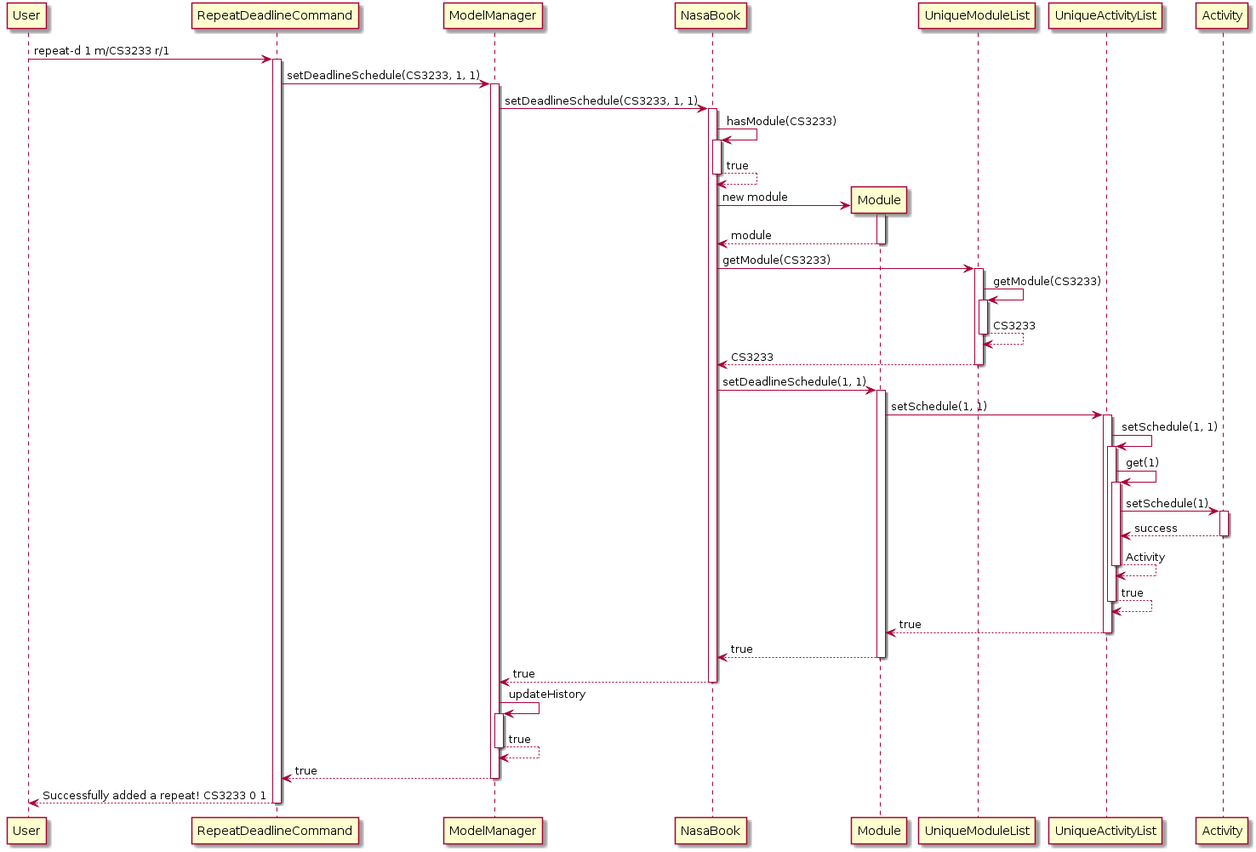
nus-cs2103-AY1920S2/addressbook-level3 keeps this PlantUML diagram as docs/images/sequenceDiagramAutomationV2.png. Above is the earlier version. The source it was exported from:
```plantuml
@startuml
autoactivate on

User -> RepeatDeadlineCommand : repeat-d 1 m/CS3233 r/1

RepeatDeadlineCommand -> ModelManager : setDeadlineSchedule(CS3233, 1, 1)

ModelManager ->  NasaBook: setDeadlineSchedule(CS3233, 1, 1)

NasaBook -> NasaBook: hasModule(CS3233)

return true

create Module
NasaBook -> Module : new module
return module

NasaBook -> UniqueModuleList : getModule(CS3233)

UniqueModuleList -> UniqueModuleList : getModule(CS3233)

return CS3233

return CS3233

NasaBook -> Module : setDeadlineSchedule(1, 1)

Module -> UniqueActivityList : setSchedule(1, 1)

UniqueActivityList -> UniqueActivityList : setSchedule(1, 1)

UniqueActivityList -> UniqueActivityList : get(1)

UniqueActivityList -> Activity: setSchedule(1)

return success

return Activity
return true
return true
return true
return true
ModelManager -> ModelManager : updateHistory

return true
return true
return Successfully added a repeat! CS3233 0 1
@enduml
```
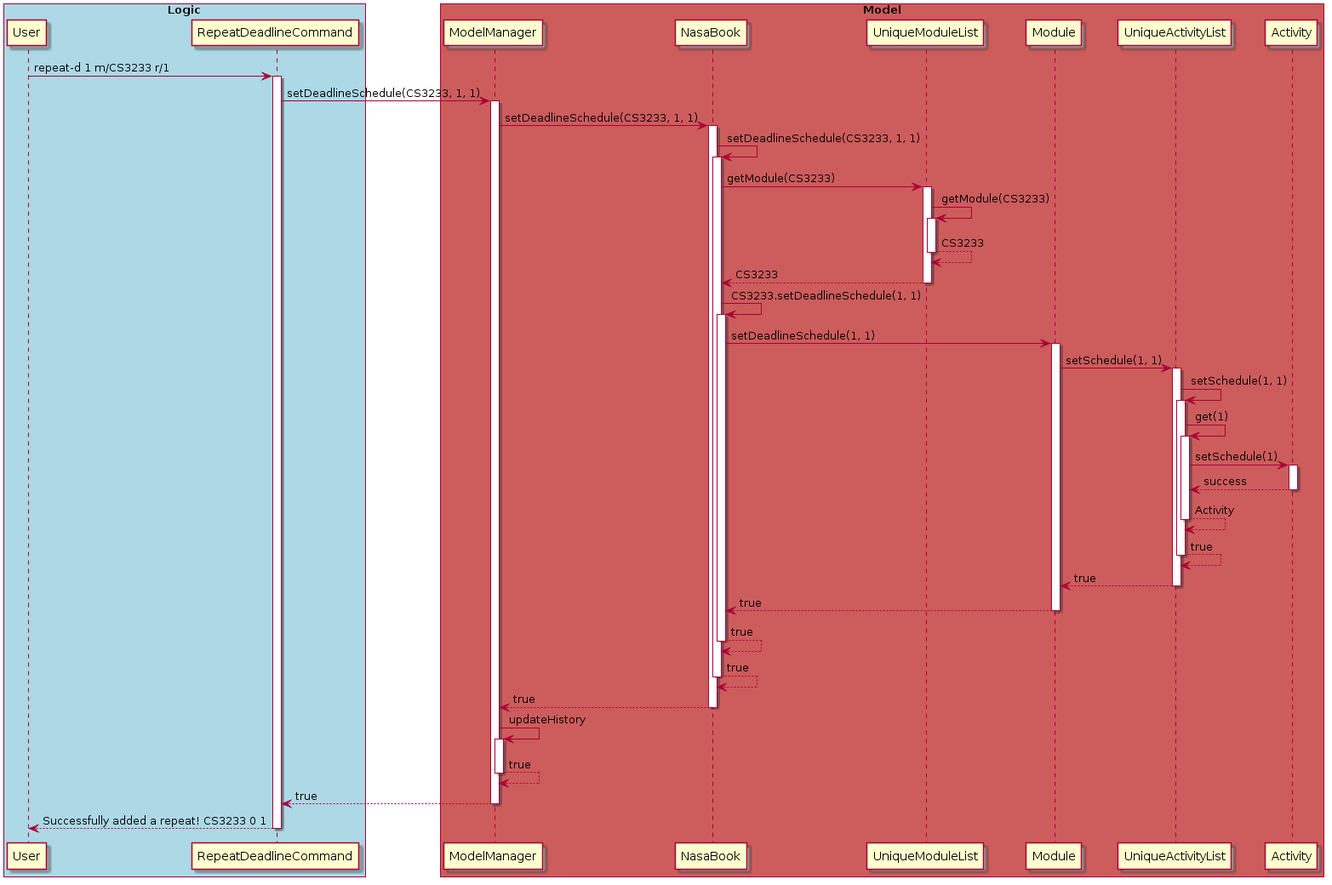
After the commit.

Diff of the diagram source:
```diff
@@ -1,19 +1,16 @@
 @startuml
 autoactivate on
+box "Logic" #LightBlue
 
 User -> RepeatDeadlineCommand : repeat-d 1 m/CS3233 r/1
+end box
+box "Model" #IndianRed
 
 RepeatDeadlineCommand -> ModelManager : setDeadlineSchedule(CS3233, 1, 1)
 
 ModelManager ->  NasaBook: setDeadlineSchedule(CS3233, 1, 1)
 
-NasaBook -> NasaBook: hasModule(CS3233)
-
-return true
-
-create Module
-NasaBook -> Module : new module
-return module
+NasaBook -> NasaBook: setDeadlineSchedule(CS3233, 1, 1)
 
 NasaBook -> UniqueModuleList : getModule(CS3233)
 
@@ -22,6 +19,8 @@
 return CS3233
 
 return CS3233
+
+NasaBook -> NasaBook: CS3233.setDeadlineSchedule(1, 1)
 
 NasaBook -> Module : setDeadlineSchedule(1, 1)
 
@@ -36,13 +35,20 @@
 return success
 
 return Activity
+
+return true
+
+return true
+
 return true
 return true
 return true
 return true
+
 ModelManager -> ModelManager : updateHistory
 
 return true
+
 return true
 return Successfully added a repeat! CS3233 0 1
 @enduml
```
